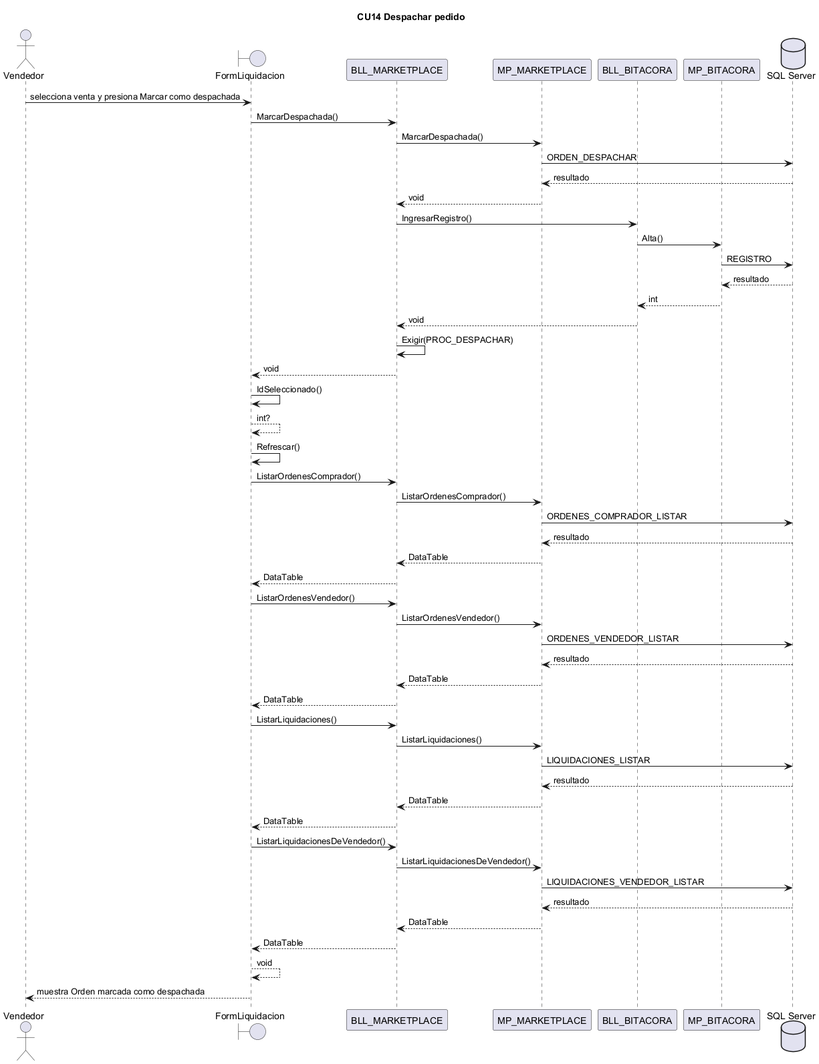
Before: docs/diagramas/secuencias_png/CU14.png, a diagram exported from PlantUML (L-Muniz/uai-diploma_2026). Source of this version:
```plantuml
@startuml CU14
title CU14 Despachar pedido
actor "Vendedor" as ACT
boundary FormLiquidacion
participant BLL_MARKETPLACE
participant MP_MARKETPLACE
participant BLL_BITACORA
participant MP_BITACORA
database "SQL Server" as BD
ACT -> FormLiquidacion : selecciona venta y presiona Marcar como despachada
FormLiquidacion -> BLL_MARKETPLACE : MarcarDespachada()
BLL_MARKETPLACE -> MP_MARKETPLACE : MarcarDespachada()
MP_MARKETPLACE -> BD : ORDEN_DESPACHAR
BD --> MP_MARKETPLACE : resultado
MP_MARKETPLACE --> BLL_MARKETPLACE : void
BLL_MARKETPLACE -> BLL_BITACORA : IngresarRegistro()
BLL_BITACORA -> MP_BITACORA : Alta()
MP_BITACORA -> BD : REGISTRO
BD --> MP_BITACORA : resultado
MP_BITACORA --> BLL_BITACORA : int
BLL_BITACORA --> BLL_MARKETPLACE : void
BLL_MARKETPLACE -> BLL_MARKETPLACE : Exigir(PROC_DESPACHAR)
BLL_MARKETPLACE --> FormLiquidacion : void
FormLiquidacion -> FormLiquidacion : IdSeleccionado()
FormLiquidacion --> FormLiquidacion : int?
FormLiquidacion -> FormLiquidacion : Refrescar()
FormLiquidacion -> BLL_MARKETPLACE : ListarOrdenesComprador()
BLL_MARKETPLACE -> MP_MARKETPLACE : ListarOrdenesComprador()
MP_MARKETPLACE -> BD : ORDENES_COMPRADOR_LISTAR
BD --> MP_MARKETPLACE : resultado
MP_MARKETPLACE --> BLL_MARKETPLACE : DataTable
BLL_MARKETPLACE --> FormLiquidacion : DataTable
FormLiquidacion -> BLL_MARKETPLACE : ListarOrdenesVendedor()
BLL_MARKETPLACE -> MP_MARKETPLACE : ListarOrdenesVendedor()
MP_MARKETPLACE -> BD : ORDENES_VENDEDOR_LISTAR
BD --> MP_MARKETPLACE : resultado
MP_MARKETPLACE --> BLL_MARKETPLACE : DataTable
BLL_MARKETPLACE --> FormLiquidacion : DataTable
FormLiquidacion -> BLL_MARKETPLACE : ListarLiquidaciones()
BLL_MARKETPLACE -> MP_MARKETPLACE : ListarLiquidaciones()
MP_MARKETPLACE -> BD : LIQUIDACIONES_LISTAR
BD --> MP_MARKETPLACE : resultado
MP_MARKETPLACE --> BLL_MARKETPLACE : DataTable
BLL_MARKETPLACE --> FormLiquidacion : DataTable
FormLiquidacion -> BLL_MARKETPLACE : ListarLiquidacionesDeVendedor()
BLL_MARKETPLACE -> MP_MARKETPLACE : ListarLiquidacionesDeVendedor()
MP_MARKETPLACE -> BD : LIQUIDACIONES_VENDEDOR_LISTAR
BD --> MP_MARKETPLACE : resultado
MP_MARKETPLACE --> BLL_MARKETPLACE : DataTable
BLL_MARKETPLACE --> FormLiquidacion : DataTable
FormLiquidacion --> FormLiquidacion : void
FormLiquidacion --> ACT : muestra Orden marcada como despachada
@enduml
```
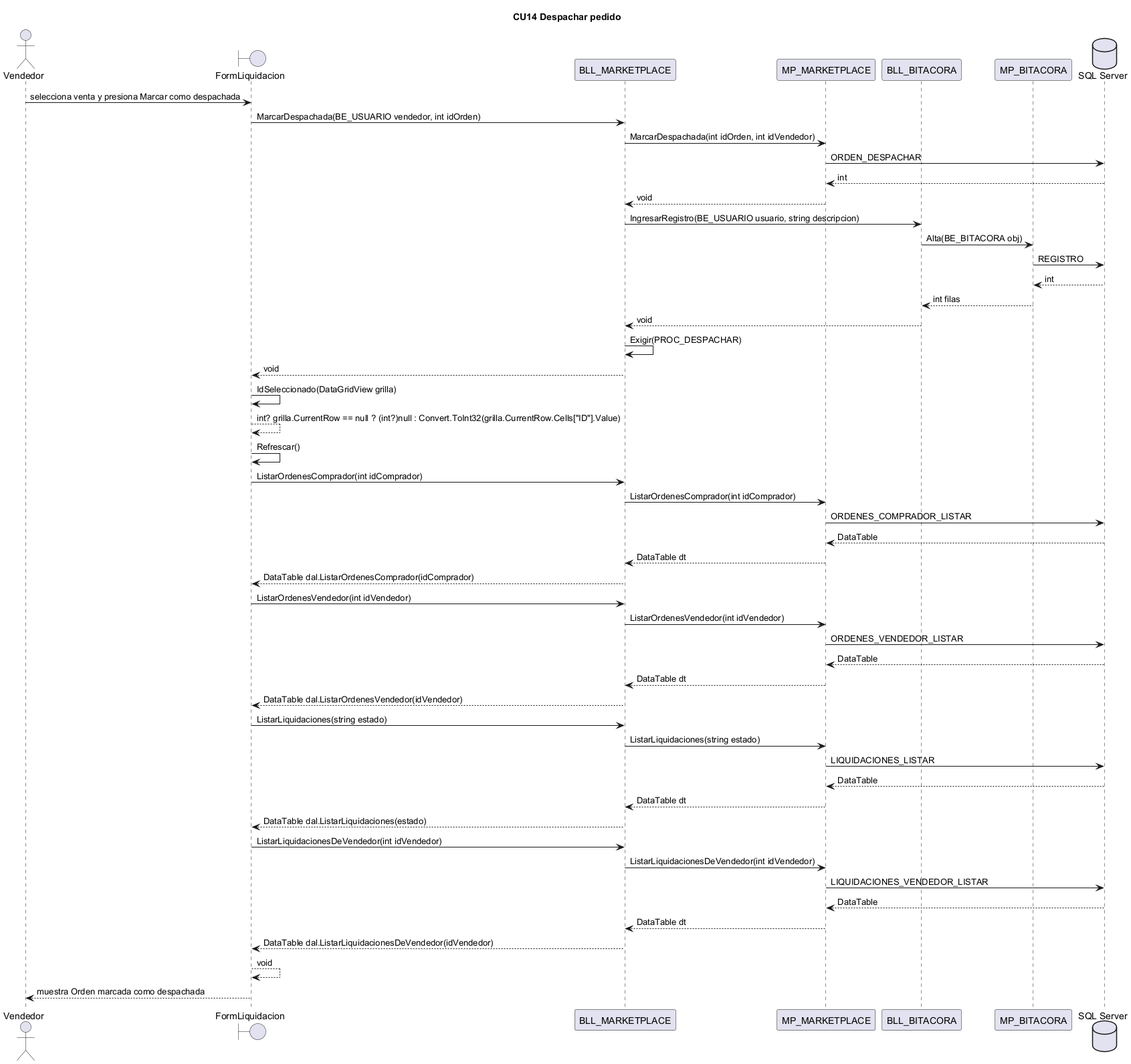
After the commit.

The edit, as a diff of the source:
```diff
@@ -8,46 +8,46 @@
 participant MP_BITACORA
 database "SQL Server" as BD
 ACT -> FormLiquidacion : selecciona venta y presiona Marcar como despachada
-FormLiquidacion -> BLL_MARKETPLACE : MarcarDespachada()
-BLL_MARKETPLACE -> MP_MARKETPLACE : MarcarDespachada()
+FormLiquidacion -> BLL_MARKETPLACE : MarcarDespachada(BE_USUARIO vendedor, int idOrden)
+BLL_MARKETPLACE -> MP_MARKETPLACE : MarcarDespachada(int idOrden, int idVendedor)
 MP_MARKETPLACE -> BD : ORDEN_DESPACHAR
-BD --> MP_MARKETPLACE : resultado
+BD --> MP_MARKETPLACE : int
 MP_MARKETPLACE --> BLL_MARKETPLACE : void
-BLL_MARKETPLACE -> BLL_BITACORA : IngresarRegistro()
-BLL_BITACORA -> MP_BITACORA : Alta()
+BLL_MARKETPLACE -> BLL_BITACORA : IngresarRegistro(BE_USUARIO usuario, string descripcion)
+BLL_BITACORA -> MP_BITACORA : Alta(BE_BITACORA obj)
 MP_BITACORA -> BD : REGISTRO
-BD --> MP_BITACORA : resultado
-MP_BITACORA --> BLL_BITACORA : int
+BD --> MP_BITACORA : int
+MP_BITACORA --> BLL_BITACORA : int filas
 BLL_BITACORA --> BLL_MARKETPLACE : void
 BLL_MARKETPLACE -> BLL_MARKETPLACE : Exigir(PROC_DESPACHAR)
 BLL_MARKETPLACE --> FormLiquidacion : void
-FormLiquidacion -> FormLiquidacion : IdSeleccionado()
-FormLiquidacion --> FormLiquidacion : int?
+FormLiquidacion -> FormLiquidacion : IdSeleccionado(DataGridView grilla)
+FormLiquidacion --> FormLiquidacion : int? grilla.CurrentRow == null ? (int?)null : Convert.ToInt32(grilla.CurrentRow.Cells["ID"].Value)
 FormLiquidacion -> FormLiquidacion : Refrescar()
-FormLiquidacion -> BLL_MARKETPLACE : ListarOrdenesComprador()
-BLL_MARKETPLACE -> MP_MARKETPLACE : ListarOrdenesComprador()
+FormLiquidacion -> BLL_MARKETPLACE : ListarOrdenesComprador(int idComprador)
+BLL_MARKETPLACE -> MP_MARKETPLACE : ListarOrdenesComprador(int idComprador)
 MP_MARKETPLACE -> BD : ORDENES_COMPRADOR_LISTAR
-BD --> MP_MARKETPLACE : resultado
-MP_MARKETPLACE --> BLL_MARKETPLACE : DataTable
-BLL_MARKETPLACE --> FormLiquidacion : DataTable
-FormLiquidacion -> BLL_MARKETPLACE : ListarOrdenesVendedor()
-BLL_MARKETPLACE -> MP_MARKETPLACE : ListarOrdenesVendedor()
+BD --> MP_MARKETPLACE : DataTable
+MP_MARKETPLACE --> BLL_MARKETPLACE : DataTable dt
+BLL_MARKETPLACE --> FormLiquidacion : DataTable dal.ListarOrdenesComprador(idComprador)
+FormLiquidacion -> BLL_MARKETPLACE : ListarOrdenesVendedor(int idVendedor)
+BLL_MARKETPLACE -> MP_MARKETPLACE : ListarOrdenesVendedor(int idVendedor)
 MP_MARKETPLACE -> BD : ORDENES_VENDEDOR_LISTAR
-BD --> MP_MARKETPLACE : resultado
-MP_MARKETPLACE --> BLL_MARKETPLACE : DataTable
-BLL_MARKETPLACE --> FormLiquidacion : DataTable
-FormLiquidacion -> BLL_MARKETPLACE : ListarLiquidaciones()
-BLL_MARKETPLACE -> MP_MARKETPLACE : ListarLiquidaciones()
+BD --> MP_MARKETPLACE : DataTable
+MP_MARKETPLACE --> BLL_MARKETPLACE : DataTable dt
+BLL_MARKETPLACE --> FormLiquidacion : DataTable dal.ListarOrdenesVendedor(idVendedor)
+FormLiquidacion -> BLL_MARKETPLACE : ListarLiquidaciones(string estado)
+BLL_MARKETPLACE -> MP_MARKETPLACE : ListarLiquidaciones(string estado)
 MP_MARKETPLACE -> BD : LIQUIDACIONES_LISTAR
-BD --> MP_MARKETPLACE : resultado
-MP_MARKETPLACE --> BLL_MARKETPLACE : DataTable
-BLL_MARKETPLACE --> FormLiquidacion : DataTable
-FormLiquidacion -> BLL_MARKETPLACE : ListarLiquidacionesDeVendedor()
-BLL_MARKETPLACE -> MP_MARKETPLACE : ListarLiquidacionesDeVendedor()
+BD --> MP_MARKETPLACE : DataTable
+MP_MARKETPLACE --> BLL_MARKETPLACE : DataTable dt
+BLL_MARKETPLACE --> FormLiquidacion : DataTable dal.ListarLiquidaciones(estado)
+FormLiquidacion -> BLL_MARKETPLACE : ListarLiquidacionesDeVendedor(int idVendedor)
+BLL_MARKETPLACE -> MP_MARKETPLACE : ListarLiquidacionesDeVendedor(int idVendedor)
 MP_MARKETPLACE -> BD : LIQUIDACIONES_VENDEDOR_LISTAR
-BD --> MP_MARKETPLACE : resultado
-MP_MARKETPLACE --> BLL_MARKETPLACE : DataTable
-BLL_MARKETPLACE --> FormLiquidacion : DataTable
+BD --> MP_MARKETPLACE : DataTable
+MP_MARKETPLACE --> BLL_MARKETPLACE : DataTable dt
+BLL_MARKETPLACE --> FormLiquidacion : DataTable dal.ListarLiquidacionesDeVendedor(idVendedor)
 FormLiquidacion --> FormLiquidacion : void
 FormLiquidacion --> ACT : muestra Orden marcada como despachada
 @enduml
```
